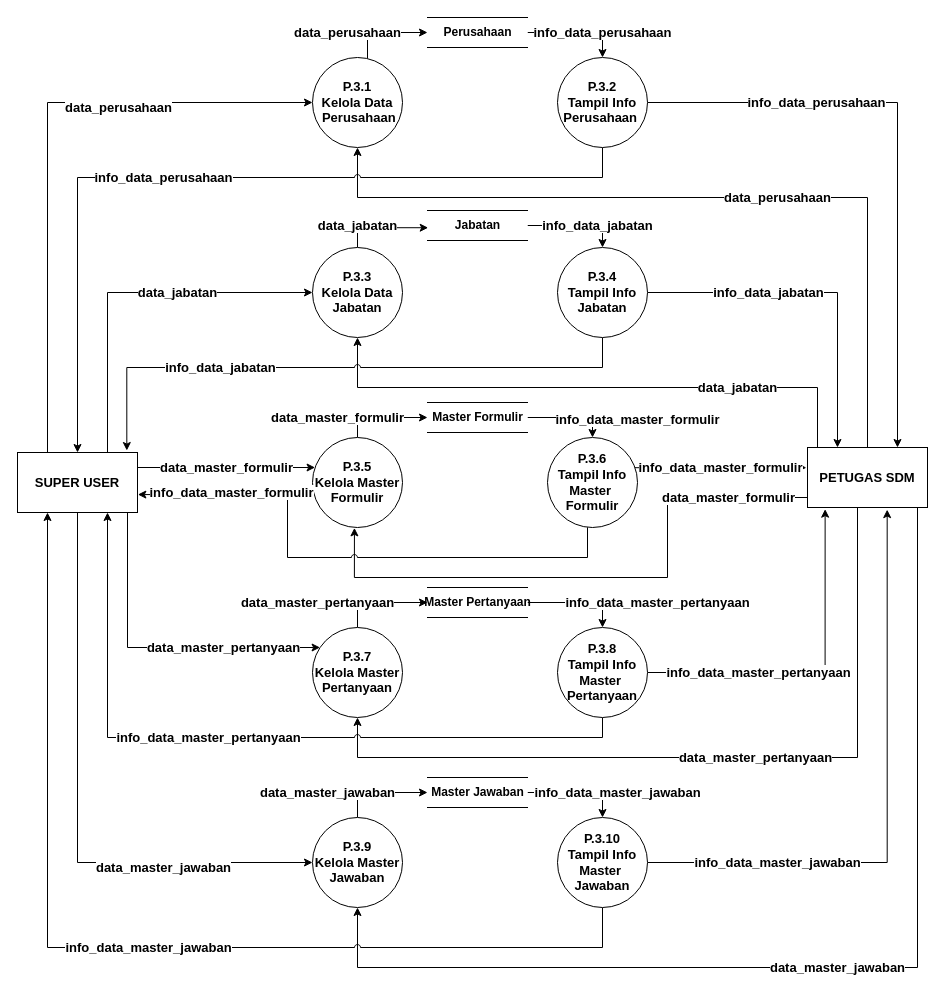
Before: page "DFD P.3" (5 of 8) of DFD v2.drawio in keys2505/tugas-akhir, a draw.io diagram. Source tidied: cells renumbered, new cells numbered last; positions are measured from the earlier drawing's top-left corner, leaving out a move shared by most shapes. Both pictures are drawn from the tidied source at 100%, with x=0, y=0 at pixel (17, 17).
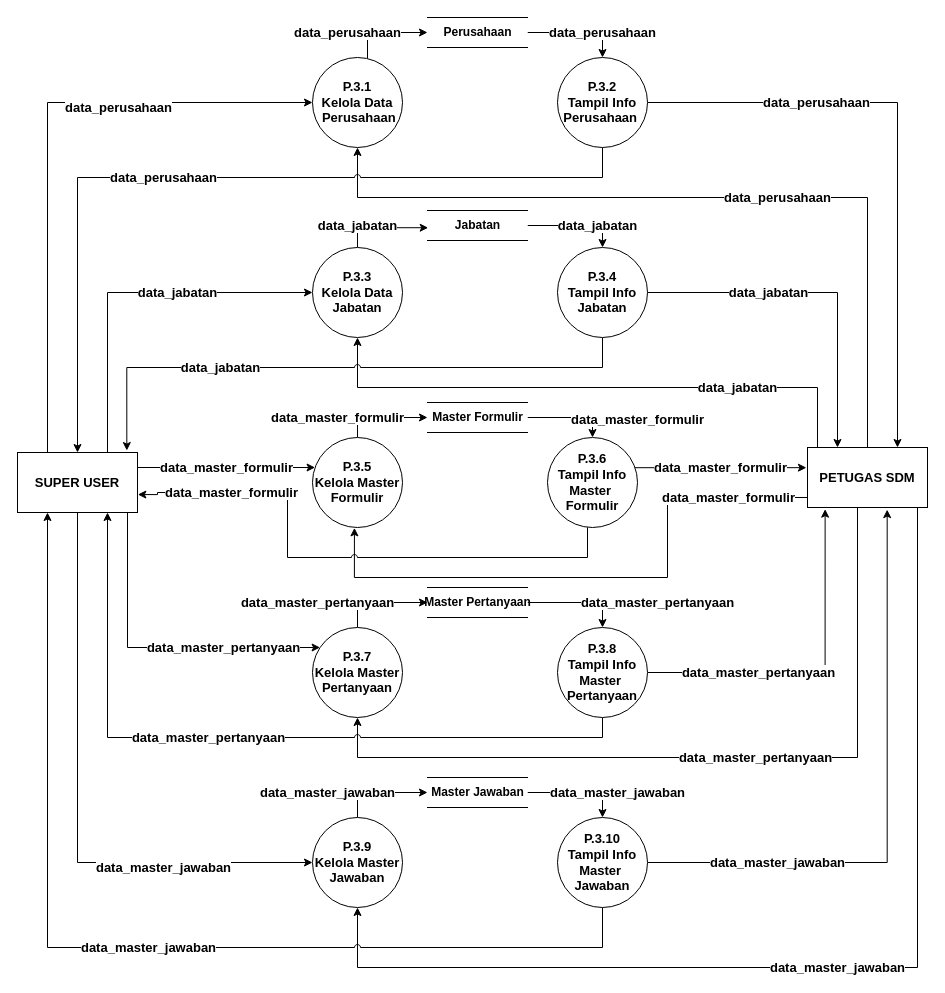
After the change.

The change refers to these unchanged cells:
```xml
<mxCell id="5" value="Perusahaan" style="html=1;dashed=0;whitespace=wrap;shape=partialRectangle;right=0;left=0;fontSize=12;fontStyle=1;" parent="1" vertex="1">
  <mxGeometry x="410" width="100" height="30" as="geometry" />
</mxCell>
<mxCell id="11" value="PETUGAS SDM" style="rounded=0;whiteSpace=wrap;html=1;fontSize=13;fontStyle=1;" parent="1" vertex="1">
  <mxGeometry x="790" y="430" width="120" height="60" as="geometry" />
</mxCell>
<mxCell id="17" value="SUPER USER" style="rounded=0;whiteSpace=wrap;html=1;fontSize=13;fontStyle=1;" parent="1" vertex="1">
  <mxGeometry y="435" width="120" height="60" as="geometry" />
</mxCell>
<mxCell id="20" value="&lt;div style=&quot;font-size: 13px;&quot;&gt;P.3.2&lt;/div&gt;&lt;div style=&quot;font-size: 13px;&quot;&gt;Tampil Info&lt;/div&gt;&lt;div style=&quot;font-size: 13px;&quot;&gt;Perusahaan&amp;nbsp;&lt;br style=&quot;font-size: 13px;&quot;&gt;&lt;/div&gt;" style="ellipse;whiteSpace=wrap;html=1;fontSize=13;fontStyle=1;" parent="1" vertex="1">
  <mxGeometry x="540" y="40" width="90" height="90" as="geometry" />
</mxCell>
<mxCell id="25" value="&lt;div style=&quot;font-size: 13px;&quot;&gt;P.3.4&lt;/div&gt;&lt;div style=&quot;font-size: 13px;&quot;&gt;Tampil Info&lt;/div&gt;&lt;div style=&quot;font-size: 13px;&quot;&gt;Jabatan&lt;/div&gt;" style="ellipse;whiteSpace=wrap;html=1;fontSize=13;fontStyle=1;" parent="1" vertex="1">
  <mxGeometry x="540" y="230" width="90" height="90" as="geometry" />
</mxCell>
<mxCell id="30" value="&lt;div style=&quot;font-size: 13px;&quot;&gt;P.3.6&lt;/div&gt;&lt;div style=&quot;font-size: 13px;&quot;&gt;Tampil Info&lt;/div&gt;&lt;div style=&quot;font-size: 13px;&quot;&gt;Master&amp;nbsp;&lt;/div&gt;&lt;div style=&quot;font-size: 13px;&quot;&gt;Formulir&lt;/div&gt;" style="ellipse;whiteSpace=wrap;html=1;fontSize=13;fontStyle=1;" parent="1" vertex="1">
  <mxGeometry x="530" y="420" width="90" height="90" as="geometry" />
</mxCell>
<mxCell id="32" value="Jabatan" style="html=1;dashed=0;whitespace=wrap;shape=partialRectangle;right=0;left=0;fontSize=12;fontStyle=1;" parent="1" vertex="1">
  <mxGeometry x="410" y="193" width="100" height="30" as="geometry" />
</mxCell>
<mxCell id="34" value="Master Formulir" style="html=1;dashed=0;whitespace=wrap;shape=partialRectangle;right=0;left=0;fontSize=12;fontStyle=1;" parent="1" vertex="1">
  <mxGeometry x="410" y="385" width="100" height="30" as="geometry" />
</mxCell>
<mxCell id="39" value="&lt;div style=&quot;font-size: 13px;&quot;&gt;P.3.8&lt;/div&gt;&lt;div style=&quot;font-size: 13px;&quot;&gt;Tampil Info&lt;/div&gt;&lt;div style=&quot;font-size: 13px;&quot;&gt;Master&amp;nbsp;&lt;/div&gt;&lt;div style=&quot;font-size: 13px;&quot;&gt;Pertanyaan&lt;/div&gt;" style="ellipse;whiteSpace=wrap;html=1;fontSize=13;fontStyle=1;" parent="1" vertex="1">
  <mxGeometry x="540" y="610" width="90" height="90" as="geometry" />
</mxCell>
<mxCell id="42" value="&lt;div style=&quot;font-size: 13px;&quot;&gt;P.3.10&lt;/div&gt;&lt;div style=&quot;font-size: 13px;&quot;&gt;Tampil Info&lt;/div&gt;&lt;div style=&quot;font-size: 13px;&quot;&gt;Master&amp;nbsp;&lt;/div&gt;&lt;div style=&quot;font-size: 13px;&quot;&gt;Jawaban&lt;/div&gt;" style="ellipse;whiteSpace=wrap;html=1;fontSize=13;fontStyle=1;" parent="1" vertex="1">
  <mxGeometry x="540" y="800" width="90" height="90" as="geometry" />
</mxCell>
<mxCell id="46" value="Master Pertanyaan" style="html=1;dashed=0;whitespace=wrap;shape=partialRectangle;right=0;left=0;fontSize=12;fontStyle=1;" parent="1" vertex="1">
  <mxGeometry x="410" y="570" width="100" height="30" as="geometry" />
</mxCell>
<mxCell id="48" value="Master Jawaban" style="html=1;dashed=0;whitespace=wrap;shape=partialRectangle;right=0;left=0;fontSize=12;fontStyle=1;" parent="1" vertex="1">
  <mxGeometry x="410" y="760" width="100" height="30" as="geometry" />
</mxCell>
```

The edit, as a diff of the source:
```diff
@@
-    <mxCell id="4" value="info_data_perusahaan" style="edgeStyle=orthogonalEdgeStyle;rounded=0;jettySize=auto;html=1;fontSize=13;fontStyle=1;" parent="1" edge="1" source="5" target="20">
+    <mxCell id="4" value="data_perusahaan" style="edgeStyle=orthogonalEdgeStyle;rounded=0;jettySize=auto;html=1;fontSize=13;fontStyle=1;" parent="1" edge="1" source="5" target="20">
       <mxGeometry x="0.5" relative="1" as="geometry" />
     </mxCell>
@@
-    <mxCell id="18" value="&lt;span style=&quot;color: rgb(0, 0, 0); font-family: Helvetica; font-size: 13px; font-style: normal; font-variant-ligatures: normal; font-variant-caps: normal; letter-spacing: normal; orphans: 2; text-align: center; text-indent: 0px; text-transform: none; widows: 2; word-spacing: 0px; -webkit-text-stroke-width: 0px; background-color: rgb(255, 255, 255); text-decoration-thickness: initial; text-decoration-style: initial; text-decoration-color: initial; float: none; display: inline !important;&quot;&gt;info_data_perusahaan&lt;/span&gt;" style="edgeStyle=orthogonalEdgeStyle;rounded=0;jettySize=auto;html=1;entryX=0.5;entryY=0;entryDx=0;entryDy=0;jumpStyle=arc;fontSize=13;fontStyle=1;" parent="1" edge="1" source="20" target="17">
+    <mxCell id="18" value="&lt;span style=&quot;color: rgb(0, 0, 0); font-family: Helvetica; font-size: 13px; font-style: normal; font-variant-ligatures: normal; font-variant-caps: normal; letter-spacing: normal; orphans: 2; text-align: center; text-indent: 0px; text-transform: none; widows: 2; word-spacing: 0px; -webkit-text-stroke-width: 0px; background-color: rgb(255, 255, 255); text-decoration-thickness: initial; text-decoration-style: initial; text-decoration-color: initial; float: none; display: inline !important;&quot;&gt;data_perusahaan&lt;/span&gt;" style="edgeStyle=orthogonalEdgeStyle;rounded=0;jettySize=auto;html=1;entryX=0.5;entryY=0;entryDx=0;entryDy=0;jumpStyle=arc;fontSize=13;fontStyle=1;" parent="1" edge="1" source="20" target="17">
       <mxGeometry x="0.13" relative="1" as="geometry">
         <Array as="points">
           <mxPoint x="585" y="160" />
           <mxPoint x="60" y="160" />
         </Array>
       </mxGeometry>
     </mxCell>
-    <mxCell id="19" value="&lt;span style=&quot;color: rgb(0, 0, 0); font-family: Helvetica; font-size: 13px; font-style: normal; font-variant-ligatures: normal; font-variant-caps: normal; letter-spacing: normal; orphans: 2; text-align: center; text-indent: 0px; text-transform: none; widows: 2; word-spacing: 0px; -webkit-text-stroke-width: 0px; background-color: rgb(255, 255, 255); text-decoration-thickness: initial; text-decoration-style: initial; text-decoration-color: initial; float: none; display: inline !important;&quot;&gt;info_data_perusahaan&lt;/span&gt;" style="edgeStyle=orthogonalEdgeStyle;rounded=0;jettySize=auto;html=1;entryX=0.75;entryY=0;entryDx=0;entryDy=0;fontSize=13;fontStyle=1;" parent="1" edge="1" source="20" target="11">
+    <mxCell id="19" value="&lt;span style=&quot;color: rgb(0, 0, 0); font-family: Helvetica; font-size: 13px; font-style: normal; font-variant-ligatures: normal; font-variant-caps: normal; letter-spacing: normal; orphans: 2; text-align: center; text-indent: 0px; text-transform: none; widows: 2; word-spacing: 0px; -webkit-text-stroke-width: 0px; background-color: rgb(255, 255, 255); text-decoration-thickness: initial; text-decoration-style: initial; text-decoration-color: initial; float: none; display: inline !important;&quot;&gt;data_perusahaan&lt;/span&gt;" style="edgeStyle=orthogonalEdgeStyle;rounded=0;jettySize=auto;html=1;entryX=0.75;entryY=0;entryDx=0;entryDy=0;fontSize=13;fontStyle=1;" parent="1" edge="1" source="20" target="11">
       <mxGeometry x="-0.43" relative="1" as="geometry">
         <mxPoint x="-1" as="offset" />
       </mxGeometry>
     </mxCell>
@@
-    <mxCell id="23" value="&lt;span style=&quot;color: rgb(0, 0, 0); font-family: Helvetica; font-size: 13px; font-style: normal; font-variant-ligatures: normal; font-variant-caps: normal; letter-spacing: normal; orphans: 2; text-align: center; text-indent: 0px; text-transform: none; widows: 2; word-spacing: 0px; -webkit-text-stroke-width: 0px; background-color: rgb(255, 255, 255); text-decoration-thickness: initial; text-decoration-style: initial; text-decoration-color: initial; float: none; display: inline !important;&quot;&gt;info_data_jabatan&lt;/span&gt;" style="edgeStyle=orthogonalEdgeStyle;rounded=0;jettySize=auto;html=1;entryX=0.25;entryY=0;entryDx=0;entryDy=0;fontSize=13;fontStyle=1;" parent="1" edge="1" source="25" target="11">
+    <mxCell id="23" value="&lt;span style=&quot;color: rgb(0, 0, 0); font-family: Helvetica; font-size: 13px; font-style: normal; font-variant-ligatures: normal; font-variant-caps: normal; letter-spacing: normal; orphans: 2; text-align: center; text-indent: 0px; text-transform: none; widows: 2; word-spacing: 0px; -webkit-text-stroke-width: 0px; background-color: rgb(255, 255, 255); text-decoration-thickness: initial; text-decoration-style: initial; text-decoration-color: initial; float: none; display: inline !important;&quot;&gt;data_jabatan&lt;/span&gt;" style="edgeStyle=orthogonalEdgeStyle;rounded=0;jettySize=auto;html=1;entryX=0.25;entryY=0;entryDx=0;entryDy=0;fontSize=13;fontStyle=1;" parent="1" edge="1" source="25" target="11">
       <mxGeometry x="-0.3" relative="1" as="geometry" />
     </mxCell>
-    <mxCell id="24" value="&lt;span style=&quot;color: rgb(0, 0, 0); font-family: Helvetica; font-size: 13px; font-style: normal; font-variant-ligatures: normal; font-variant-caps: normal; letter-spacing: normal; orphans: 2; text-align: center; text-indent: 0px; text-transform: none; widows: 2; word-spacing: 0px; -webkit-text-stroke-width: 0px; background-color: rgb(255, 255, 255); text-decoration-thickness: initial; text-decoration-style: initial; text-decoration-color: initial; float: none; display: inline !important;&quot;&gt;info_data_jabatan&lt;/span&gt;" style="edgeStyle=orthogonalEdgeStyle;rounded=0;jettySize=auto;html=1;entryX=0.911;entryY=-0.033;entryDx=0;entryDy=0;entryPerimeter=0;jumpStyle=arc;fontSize=13;fontStyle=1;" parent="1" edge="1" source="25" target="17">
+    <mxCell id="24" value="&lt;span style=&quot;color: rgb(0, 0, 0); font-family: Helvetica; font-size: 13px; font-style: normal; font-variant-ligatures: normal; font-variant-caps: normal; letter-spacing: normal; orphans: 2; text-align: center; text-indent: 0px; text-transform: none; widows: 2; word-spacing: 0px; -webkit-text-stroke-width: 0px; background-color: rgb(255, 255, 255); text-decoration-thickness: initial; text-decoration-style: initial; text-decoration-color: initial; float: none; display: inline !important;&quot;&gt;data_jabatan&lt;/span&gt;" style="edgeStyle=orthogonalEdgeStyle;rounded=0;jettySize=auto;html=1;entryX=0.911;entryY=-0.033;entryDx=0;entryDy=0;entryPerimeter=0;jumpStyle=arc;fontSize=13;fontStyle=1;" parent="1" edge="1" source="25" target="17">
       <mxGeometry x="0.4" relative="1" as="geometry">
         <Array as="points">
           <mxPoint x="585" y="350" />
           <mxPoint x="109" y="350" />
         </Array>
       </mxGeometry>
     </mxCell>
@@
-    <mxCell id="28" value="&lt;span style=&quot;color: rgb(0, 0, 0); font-family: Helvetica; font-size: 13px; font-style: normal; font-variant-ligatures: normal; font-variant-caps: normal; letter-spacing: normal; orphans: 2; text-align: center; text-indent: 0px; text-transform: none; widows: 2; word-spacing: 0px; -webkit-text-stroke-width: 0px; background-color: rgb(255, 255, 255); text-decoration-thickness: initial; text-decoration-style: initial; text-decoration-color: initial; float: none; display: inline !important;&quot;&gt;info_data_master_formulir&lt;/span&gt;" style="edgeStyle=orthogonalEdgeStyle;rounded=0;jettySize=auto;html=1;entryX=-0.009;entryY=0.336;entryDx=0;entryDy=0;entryPerimeter=0;fontSize=13;fontStyle=1;" parent="1" edge="1" source="30" target="11">
+    <mxCell id="28" value="&lt;span style=&quot;color: rgb(0, 0, 0); font-family: Helvetica; font-size: 13px; font-style: normal; font-variant-ligatures: normal; font-variant-caps: normal; letter-spacing: normal; orphans: 2; text-align: center; text-indent: 0px; text-transform: none; widows: 2; word-spacing: 0px; -webkit-text-stroke-width: 0px; background-color: rgb(255, 255, 255); text-decoration-thickness: initial; text-decoration-style: initial; text-decoration-color: initial; float: none; display: inline !important;&quot;&gt;data_master_formulir&lt;/span&gt;" style="edgeStyle=orthogonalEdgeStyle;rounded=0;jettySize=auto;html=1;entryX=-0.009;entryY=0.336;entryDx=0;entryDy=0;entryPerimeter=0;fontSize=13;fontStyle=1;" parent="1" edge="1" source="30" target="11">
       <mxGeometry relative="1" as="geometry">
         <Array as="points">
           <mxPoint x="710" y="450" />
         </Array>
       </mxGeometry>
     </mxCell>
-    <mxCell id="29" value="&lt;span style=&quot;color: rgb(0, 0, 0); font-family: Helvetica; font-size: 13px; font-style: normal; font-variant-ligatures: normal; font-variant-caps: normal; letter-spacing: normal; orphans: 2; text-align: center; text-indent: 0px; text-transform: none; widows: 2; word-spacing: 0px; -webkit-text-stroke-width: 0px; background-color: rgb(255, 255, 255); text-decoration-thickness: initial; text-decoration-style: initial; text-decoration-color: initial; float: none; display: inline !important;&quot;&gt;info_data_master_formulir&lt;/span&gt;" style="edgeStyle=orthogonalEdgeStyle;rounded=0;jettySize=auto;html=1;jumpStyle=arc;fontSize=13;entryX=1.003;entryY=0.701;entryDx=0;entryDy=0;entryPerimeter=0;fontStyle=1;" parent="1" edge="1" source="30" target="17">
+    <mxCell id="29" value="&lt;span style=&quot;color: rgb(0, 0, 0); font-family: Helvetica; font-size: 13px; font-style: normal; font-variant-ligatures: normal; font-variant-caps: normal; letter-spacing: normal; orphans: 2; text-align: center; text-indent: 0px; text-transform: none; widows: 2; word-spacing: 0px; -webkit-text-stroke-width: 0px; background-color: rgb(255, 255, 255); text-decoration-thickness: initial; text-decoration-style: initial; text-decoration-color: initial; float: none; display: inline !important;&quot;&gt;data_master_formulir&lt;/span&gt;" style="edgeStyle=orthogonalEdgeStyle;rounded=0;jettySize=auto;html=1;jumpStyle=arc;fontSize=13;entryX=1.003;entryY=0.701;entryDx=0;entryDy=0;entryPerimeter=0;fontStyle=1;" parent="1" edge="1" source="30" target="17">
       <mxGeometry x="0.65" relative="1" as="geometry">
         <Array as="points">
           <mxPoint x="570" y="540" />
           <mxPoint x="270" y="540" />
           <mxPoint x="270" y="475" />
           <mxPoint x="140" y="475" />
           <mxPoint x="140" y="477" />
         </Array>
       </mxGeometry>
     </mxCell>
@@
-    <mxCell id="31" value="info_data_jabatan" style="edgeStyle=orthogonalEdgeStyle;rounded=0;jettySize=auto;html=1;entryX=0.5;entryY=0;entryDx=0;entryDy=0;fontSize=13;fontStyle=1;" parent="1" edge="1" source="32" target="25">
+    <mxCell id="31" value="data_jabatan" style="edgeStyle=orthogonalEdgeStyle;rounded=0;jettySize=auto;html=1;entryX=0.5;entryY=0;entryDx=0;entryDy=0;fontSize=13;fontStyle=1;" parent="1" edge="1" source="32" target="25">
       <mxGeometry x="0.44" relative="1" as="geometry" />
     </mxCell>
@@
-    <mxCell id="33" value="info_data_master_formulir" style="edgeStyle=orthogonalEdgeStyle;rounded=0;jettySize=auto;html=1;entryX=0.5;entryY=0;entryDx=0;entryDy=0;fontSize=13;fontStyle=1;" parent="1" edge="1" source="34" target="30">
+    <mxCell id="33" value="data_master_formulir" style="edgeStyle=orthogonalEdgeStyle;rounded=0;jettySize=auto;html=1;entryX=0.5;entryY=0;entryDx=0;entryDy=0;fontSize=13;fontStyle=1;" parent="1" edge="1" source="34" target="30">
       <mxGeometry x="0.58" y="45" relative="1" as="geometry" />
     </mxCell>
@@
-    <mxCell id="37" value="&lt;span style=&quot;color: rgb(0, 0, 0); font-family: Helvetica; font-size: 13px; font-style: normal; font-variant-ligatures: normal; font-variant-caps: normal; letter-spacing: normal; orphans: 2; text-align: center; text-indent: 0px; text-transform: none; widows: 2; word-spacing: 0px; -webkit-text-stroke-width: 0px; background-color: rgb(255, 255, 255); text-decoration-thickness: initial; text-decoration-style: initial; text-decoration-color: initial; float: none; display: inline !important;&quot;&gt;info_data_master_pertanyaan&lt;/span&gt;" style="edgeStyle=orthogonalEdgeStyle;rounded=0;jettySize=auto;html=1;entryX=0.75;entryY=1;entryDx=0;entryDy=0;jumpStyle=arc;fontSize=13;fontStyle=1;" parent="1" edge="1" source="39" target="17">
+    <mxCell id="37" value="&lt;span style=&quot;color: rgb(0, 0, 0); font-family: Helvetica; font-size: 13px; font-style: normal; font-variant-ligatures: normal; font-variant-caps: normal; letter-spacing: normal; orphans: 2; text-align: center; text-indent: 0px; text-transform: none; widows: 2; word-spacing: 0px; -webkit-text-stroke-width: 0px; background-color: rgb(255, 255, 255); text-decoration-thickness: initial; text-decoration-style: initial; text-decoration-color: initial; float: none; display: inline !important;&quot;&gt;data_master_pertanyaan&lt;/span&gt;" style="edgeStyle=orthogonalEdgeStyle;rounded=0;jettySize=auto;html=1;entryX=0.75;entryY=1;entryDx=0;entryDy=0;jumpStyle=arc;fontSize=13;fontStyle=1;" parent="1" edge="1" source="39" target="17">
       <mxGeometry x="0.12" relative="1" as="geometry">
         <Array as="points">
           <mxPoint x="585" y="720" />
           <mxPoint x="90" y="720" />
         </Array>
       </mxGeometry>
     </mxCell>
-    <mxCell id="38" value="&lt;span style=&quot;color: rgb(0, 0, 0); font-family: Helvetica; font-size: 13px; font-style: normal; font-variant-ligatures: normal; font-variant-caps: normal; letter-spacing: normal; orphans: 2; text-align: center; text-indent: 0px; text-transform: none; widows: 2; word-spacing: 0px; -webkit-text-stroke-width: 0px; background-color: rgb(255, 255, 255); text-decoration-thickness: initial; text-decoration-style: initial; text-decoration-color: initial; float: none; display: inline !important;&quot;&gt;info_data_master_pertanyaan&lt;/span&gt;" style="edgeStyle=orthogonalEdgeStyle;rounded=0;jettySize=auto;html=1;entryX=0.147;entryY=1.028;entryDx=0;entryDy=0;entryPerimeter=0;fontSize=13;fontStyle=1;" parent="1" edge="1" source="39" target="11">
+    <mxCell id="38" value="&lt;span style=&quot;color: rgb(0, 0, 0); font-family: Helvetica; font-size: 13px; font-style: normal; font-variant-ligatures: normal; font-variant-caps: normal; letter-spacing: normal; orphans: 2; text-align: center; text-indent: 0px; text-transform: none; widows: 2; word-spacing: 0px; -webkit-text-stroke-width: 0px; background-color: rgb(255, 255, 255); text-decoration-thickness: initial; text-decoration-style: initial; text-decoration-color: initial; float: none; display: inline !important;&quot;&gt;data_master_pertanyaan&lt;/span&gt;" style="edgeStyle=orthogonalEdgeStyle;rounded=0;jettySize=auto;html=1;entryX=0.147;entryY=1.028;entryDx=0;entryDy=0;entryPerimeter=0;fontSize=13;fontStyle=1;" parent="1" edge="1" source="39" target="11">
       <mxGeometry x="-0.35" relative="1" as="geometry" />
     </mxCell>
@@
-    <mxCell id="40" value="&lt;span style=&quot;color: rgb(0, 0, 0); font-family: Helvetica; font-size: 13px; font-style: normal; font-variant-ligatures: normal; font-variant-caps: normal; letter-spacing: normal; orphans: 2; text-align: center; text-indent: 0px; text-transform: none; widows: 2; word-spacing: 0px; -webkit-text-stroke-width: 0px; background-color: rgb(255, 255, 255); text-decoration-thickness: initial; text-decoration-style: initial; text-decoration-color: initial; float: none; display: inline !important;&quot;&gt;info_data_master_jawaban&lt;/span&gt;" style="edgeStyle=orthogonalEdgeStyle;rounded=0;jettySize=auto;html=1;entryX=0.25;entryY=1;entryDx=0;entryDy=0;jumpStyle=arc;fontSize=13;fontStyle=1;" parent="1" edge="1" source="42" target="17">
+    <mxCell id="40" value="&lt;span style=&quot;color: rgb(0, 0, 0); font-family: Helvetica; font-size: 13px; font-style: normal; font-variant-ligatures: normal; font-variant-caps: normal; letter-spacing: normal; orphans: 2; text-align: center; text-indent: 0px; text-transform: none; widows: 2; word-spacing: 0px; -webkit-text-stroke-width: 0px; background-color: rgb(255, 255, 255); text-decoration-thickness: initial; text-decoration-style: initial; text-decoration-color: initial; float: none; display: inline !important;&quot;&gt;data_master_jawaban&lt;/span&gt;" style="edgeStyle=orthogonalEdgeStyle;rounded=0;jettySize=auto;html=1;entryX=0.25;entryY=1;entryDx=0;entryDy=0;jumpStyle=arc;fontSize=13;fontStyle=1;" parent="1" edge="1" source="42" target="17">
       <mxGeometry x="-0.04" relative="1" as="geometry">
         <Array as="points">
           <mxPoint x="585" y="930" />
           <mxPoint x="30" y="930" />
         </Array>
       </mxGeometry>
     </mxCell>
-    <mxCell id="41" value="&lt;span style=&quot;color: rgb(0, 0, 0); font-family: Helvetica; font-size: 13px; font-style: normal; font-variant-ligatures: normal; font-variant-caps: normal; letter-spacing: normal; orphans: 2; text-align: center; text-indent: 0px; text-transform: none; widows: 2; word-spacing: 0px; -webkit-text-stroke-width: 0px; background-color: rgb(255, 255, 255); text-decoration-thickness: initial; text-decoration-style: initial; text-decoration-color: initial; float: none; display: inline !important;&quot;&gt;info_data_master_jawaban&lt;/span&gt;" style="edgeStyle=orthogonalEdgeStyle;rounded=0;jettySize=auto;html=1;entryX=0.664;entryY=1.035;entryDx=0;entryDy=0;entryPerimeter=0;fontSize=13;fontStyle=1;" parent="1" edge="1" source="42" target="11">
+    <mxCell id="41" value="&lt;span style=&quot;color: rgb(0, 0, 0); font-family: Helvetica; font-size: 13px; font-style: normal; font-variant-ligatures: normal; font-variant-caps: normal; letter-spacing: normal; orphans: 2; text-align: center; text-indent: 0px; text-transform: none; widows: 2; word-spacing: 0px; -webkit-text-stroke-width: 0px; background-color: rgb(255, 255, 255); text-decoration-thickness: initial; text-decoration-style: initial; text-decoration-color: initial; float: none; display: inline !important;&quot;&gt;data_master_jawaban&lt;/span&gt;" style="edgeStyle=orthogonalEdgeStyle;rounded=0;jettySize=auto;html=1;entryX=0.664;entryY=1.035;entryDx=0;entryDy=0;entryPerimeter=0;fontSize=13;fontStyle=1;" parent="1" edge="1" source="42" target="11">
       <mxGeometry x="-0.56" relative="1" as="geometry">
         <Array as="points">
           <mxPoint x="870" y="845" />
         </Array>
       </mxGeometry>
     </mxCell>
@@
-    <mxCell id="45" value="info_data_master_pertanyaan" style="edgeStyle=orthogonalEdgeStyle;rounded=0;jettySize=auto;html=1;fontSize=13;fontStyle=1;" parent="1" edge="1" source="46" target="39">
+    <mxCell id="45" value="data_master_pertanyaan" style="edgeStyle=orthogonalEdgeStyle;rounded=0;jettySize=auto;html=1;fontSize=13;fontStyle=1;" parent="1" edge="1" source="46" target="39">
       <mxGeometry x="0.5" y="55" relative="1" as="geometry">
         <Array as="points">
           <mxPoint x="585" y="585" />
         </Array>
       </mxGeometry>
     </mxCell>
@@
-    <mxCell id="47" value="info_data_master_jawaban" style="edgeStyle=orthogonalEdgeStyle;rounded=0;jettySize=auto;html=1;entryX=0.5;entryY=0;entryDx=0;entryDy=0;fontSize=13;fontStyle=1;" parent="1" edge="1" source="48" target="42">
+    <mxCell id="47" value="data_master_jawaban" style="edgeStyle=orthogonalEdgeStyle;rounded=0;jettySize=auto;html=1;entryX=0.5;entryY=0;entryDx=0;entryDy=0;fontSize=13;fontStyle=1;" parent="1" edge="1" source="48" target="42">
       <mxGeometry x="0.5" y="15" relative="1" as="geometry">
         <Array as="points">
           <mxPoint x="585" y="775" />
         </Array>
       </mxGeometry>
     </mxCell>
```
